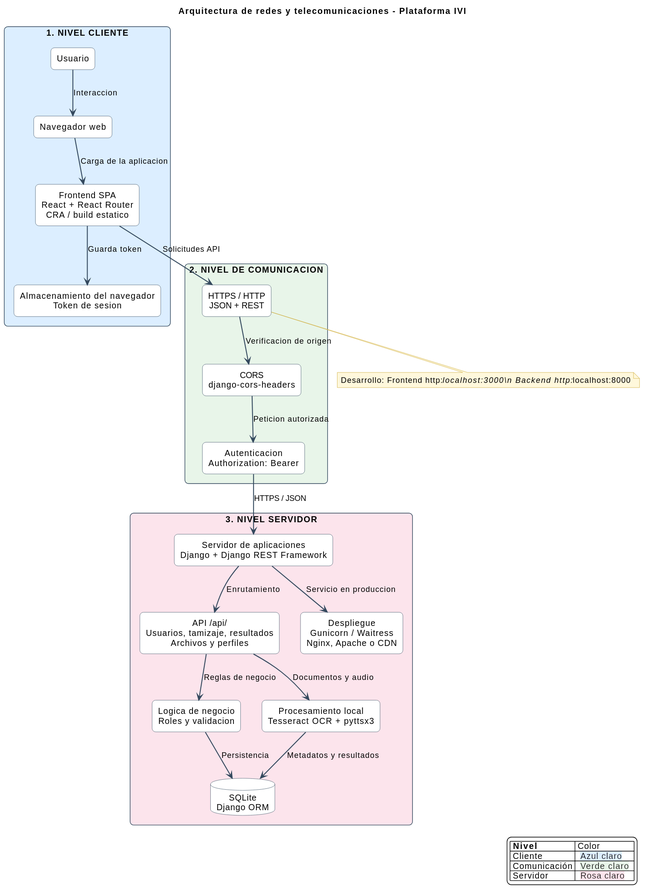
Above: DOCUMENTACION_PRESENTACION/diagramas_tesis/06_ARQUITECTURA_REDES.svg in NESTORZALAZAR/IVI (PlantUML), before the change. Its diagram source:
```plantuml
@startuml
title Arquitectura de redes y telecomunicaciones - Plataforma IVI

skinparam backgroundColor #FFFFFF
skinparam shadowing false
skinparam defaultFontName Arial
skinparam defaultTextAlignment center
skinparam packageStyle rectangle
skinparam ArrowColor #34495E
skinparam ArrowThickness 1.5
skinparam packageBorderColor #34495E
skinparam rectangle {
    BackgroundColor #FFFFFF
    BorderColor #34495E
    RoundCorner 12
}
skinparam database {
    BackgroundColor #FFFFFF
    BorderColor #34495E
}
skinparam note {
    BackgroundColor #FFF8DC
    BorderColor #C9A227
}

legend right
    |= Nivel | Color |
    | Cliente | <back:#DCEEFF> Azul claro </back> |
    | Comunicación | <back:#E8F5E9> Verde claro </back> |
    | Servidor | <back:#FCE4EC> Rosa claro </back> |
endlegend

package "1. NIVEL CLIENTE" #DCEEFF {
    rectangle "Usuario" as USER
    rectangle "Navegador web" as BROWSER
    rectangle "Frontend SPA\nReact + React Router\nCRA / build estatico" as FRONTEND
    rectangle "Almacenamiento del navegador\nToken de sesion" as STORAGE

    USER --> BROWSER : Interaccion
    BROWSER --> FRONTEND : Carga de la aplicacion
    FRONTEND --> STORAGE : Guarda token
}

package "2. NIVEL DE COMUNICACION" #E8F5E9 {
    rectangle "HTTPS / HTTP\nJSON + REST" as HTTP
    rectangle "CORS\ndjango-cors-headers" as CORS
    rectangle "Autenticacion\nAuthorization: Bearer" as AUTH_NET

    FRONTEND --> HTTP : Solicitudes API
    HTTP --> CORS : Verificacion de origen
    CORS --> AUTH_NET : Peticion autorizada
}

package "3. NIVEL SERVIDOR" #FCE4EC {
    rectangle "Servidor de aplicaciones\nDjango + Django REST Framework" as BACKEND
    rectangle "API /api/\nUsuarios, tamizaje, resultados\nArchivos y perfiles" as API
    rectangle "Logica de negocio\nRoles y validacion" as DOMAIN
    rectangle "Procesamiento local\nTesseract OCR + pyttsx3" as PROCESSING
    database "SQLite\nDjango ORM" as DB
    rectangle "Despliegue\nGunicorn / Waitress\nNginx, Apache o CDN" as DEPLOY

    AUTH_NET --> BACKEND : HTTPS / JSON
    BACKEND --> API : Enrutamiento
    API --> DOMAIN : Reglas de negocio
    API --> PROCESSING : Documentos y audio
    DOMAIN --> DB : Persistencia
    PROCESSING --> DB : Metadatos y resultados
    BACKEND --> DEPLOY : Servicio en produccion
}

note bottom of HTTP
    Desarrollo: Frontend http://localhost:3000\n    Backend http://localhost:8000
end note
@enduml
```
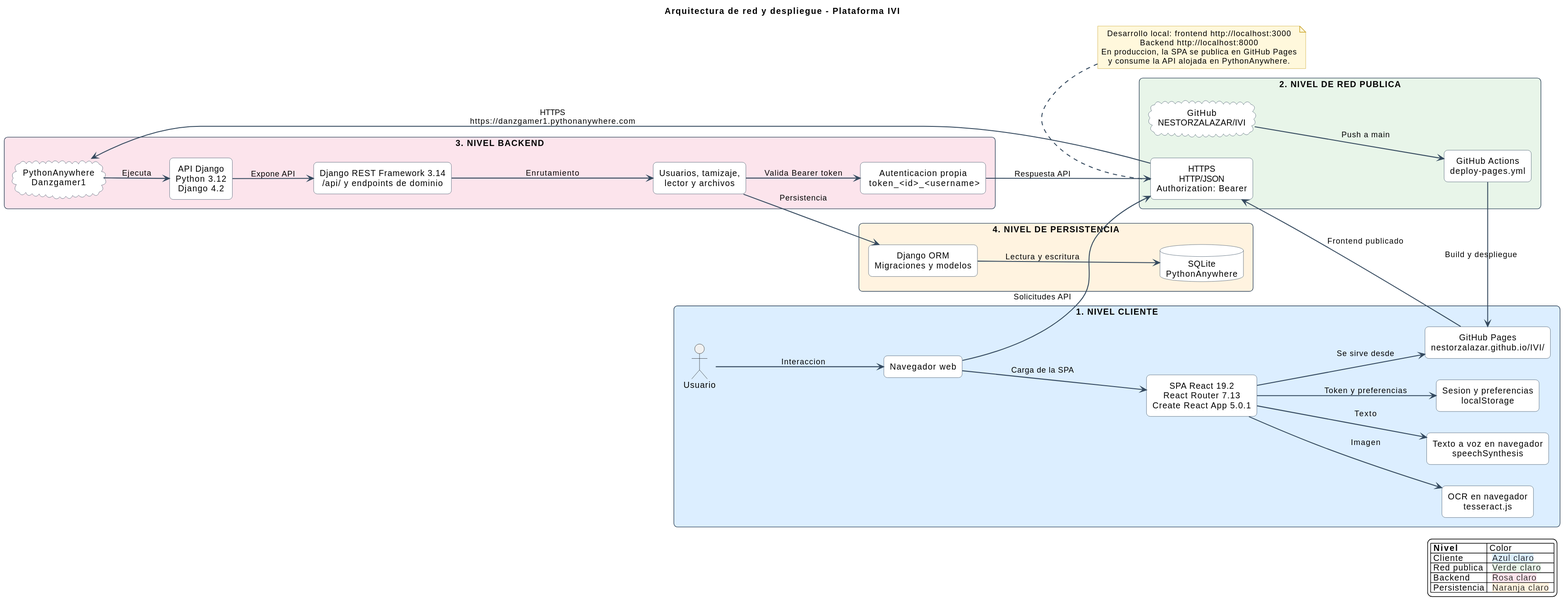
Above is the later version.

Commit message:
diagramas acrualizados

Change to the diagram source:
```diff
@@ -1,6 +1,7 @@
 @startuml
-title Arquitectura de redes y telecomunicaciones - Plataforma IVI
+title Arquitectura de red y despliegue - Plataforma IVI
 
+left to right direction
 skinparam backgroundColor #FFFFFF
 skinparam shadowing false
 skinparam defaultFontName Arial
@@ -18,6 +19,10 @@
     BackgroundColor #FFFFFF
     BorderColor #34495E
 }
+skinparam cloud {
+    BackgroundColor #FFFFFF
+    BorderColor #34495E
+}
 skinparam note {
     BackgroundColor #FFF8DC
     BorderColor #C9A227
@@ -26,49 +31,67 @@
 legend right
     |= Nivel | Color |
     | Cliente | <back:#DCEEFF> Azul claro </back> |
-    | Comunicación | <back:#E8F5E9> Verde claro </back> |
-    | Servidor | <back:#FCE4EC> Rosa claro </back> |
+    | Red publica | <back:#E8F5E9> Verde claro </back> |
+    | Backend | <back:#FCE4EC> Rosa claro </back> |
+    | Persistencia | <back:#FFF3E0> Naranja claro </back> |
 endlegend
 
 package "1. NIVEL CLIENTE" #DCEEFF {
-    rectangle "Usuario" as USER
+    actor "Usuario" as USER
     rectangle "Navegador web" as BROWSER
-    rectangle "Frontend SPA\nReact + React Router\nCRA / build estatico" as FRONTEND
-    rectangle "Almacenamiento del navegador\nToken de sesion" as STORAGE
+    rectangle "SPA React 19.2\nReact Router 7.13\nCreate React App 5.0.1" as FRONTEND
+    rectangle "GitHub Pages\nnestorzalazar.github.io/IVI/" as PAGES
+    rectangle "Sesion y preferencias\nlocalStorage" as STORAGE
+    rectangle "OCR en navegador\ntesseract.js" as OCR
+    rectangle "Texto a voz en navegador\nspeechSynthesis" as TTS
 
     USER --> BROWSER : Interaccion
-    BROWSER --> FRONTEND : Carga de la aplicacion
-    FRONTEND --> STORAGE : Guarda token
+    BROWSER --> FRONTEND : Carga de la SPA
+    FRONTEND --> PAGES : Se sirve desde
+    FRONTEND --> STORAGE : Token y preferencias
+    FRONTEND --> OCR : Imagen
+    FRONTEND --> TTS : Texto
 }
 
-package "2. NIVEL DE COMUNICACION" #E8F5E9 {
-    rectangle "HTTPS / HTTP\nJSON + REST" as HTTP
-    rectangle "CORS\ndjango-cors-headers" as CORS
-    rectangle "Autenticacion\nAuthorization: Bearer" as AUTH_NET
+package "2. NIVEL DE RED PUBLICA" #E8F5E9 {
+    cloud "GitHub\nNESTORZALAZAR/IVI" as REPO
+    rectangle "GitHub Actions\ndeploy-pages.yml" as ACTIONS
+    rectangle "HTTPS\nHTTP/JSON\nAuthorization: Bearer" as HTTP
 
-    FRONTEND --> HTTP : Solicitudes API
-    HTTP --> CORS : Verificacion de origen
-    CORS --> AUTH_NET : Peticion autorizada
+    REPO --> ACTIONS : Push a main
+    ACTIONS --> PAGES : Build y despliegue
+    BROWSER --> HTTP : Solicitudes API
 }
 
-package "3. NIVEL SERVIDOR" #FCE4EC {
-    rectangle "Servidor de aplicaciones\nDjango + Django REST Framework" as BACKEND
-    rectangle "API /api/\nUsuarios, tamizaje, resultados\nArchivos y perfiles" as API
-    rectangle "Logica de negocio\nRoles y validacion" as DOMAIN
-    rectangle "Procesamiento local\nTesseract OCR + pyttsx3" as PROCESSING
-    database "SQLite\nDjango ORM" as DB
-    rectangle "Despliegue\nGunicorn / Waitress\nNginx, Apache o CDN" as DEPLOY
+package "3. NIVEL BACKEND" #FCE4EC {
+    cloud "PythonAnywhere\nDanzgamer1" as PYANY
+    rectangle "API Django\nPython 3.12\nDjango 4.2" as DJANGO
+    rectangle "Django REST Framework 3.14\n/api/ y endpoints de dominio" as DRF
+    rectangle "Usuarios, tamizaje,\nlector y archivos" as MODULES
+    rectangle "Autenticacion propia\n token_<id>_<username>" as AUTH
 
-    AUTH_NET --> BACKEND : HTTPS / JSON
-    BACKEND --> API : Enrutamiento
-    API --> DOMAIN : Reglas de negocio
-    API --> PROCESSING : Documentos y audio
-    DOMAIN --> DB : Persistencia
-    PROCESSING --> DB : Metadatos y resultados
-    BACKEND --> DEPLOY : Servicio en produccion
+    PYANY --> DJANGO : Ejecuta
+    DJANGO --> DRF : Expone API
+    DRF --> MODULES : Enrutamiento
+    MODULES --> AUTH : Valida Bearer token
 }
 
+package "4. NIVEL DE PERSISTENCIA" #FFF3E0 {
+    database "SQLite\nPythonAnywhere" as DB
+    rectangle "Django ORM\nMigraciones y modelos" as ORM
+
+    MODULES --> ORM : Persistencia
+    ORM --> DB : Lectura y escritura
+}
+
+PAGES --> HTTP : Frontend publicado
+HTTP --> PYANY : HTTPS\nhttps://danzgamer1.pythonanywhere.com
+AUTH --> HTTP : Respuesta API
+
 note bottom of HTTP
-    Desarrollo: Frontend http://localhost:3000\n    Backend http://localhost:8000
+    Desarrollo local: frontend http://localhost:3000
+    Backend http://localhost:8000
+    En produccion, la SPA se publica en GitHub Pages
+    y consume la API alojada en PythonAnywhere.
 end note
 @enduml
```
